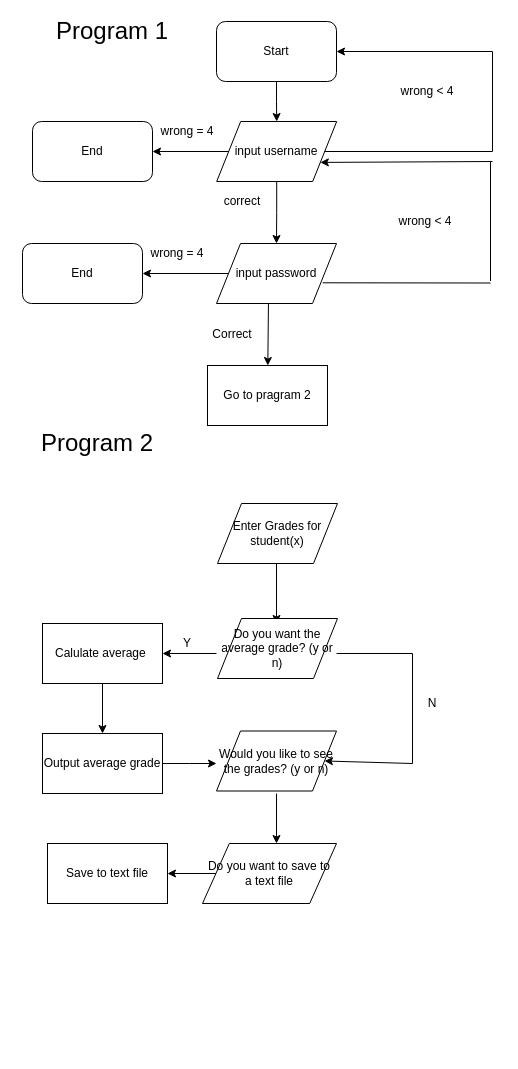
The draw.io diagram Untitled Diagram.drawio in nmcc1212/cs, before the edit. Source tidied: cells renumbered, new cells numbered last; positions are measured from the earlier drawing's top-left corner, leaving out a move shared by most shapes. Both pictures are drawn from the tidied source at 100%, with x=0, y=0 at pixel (17, 21).
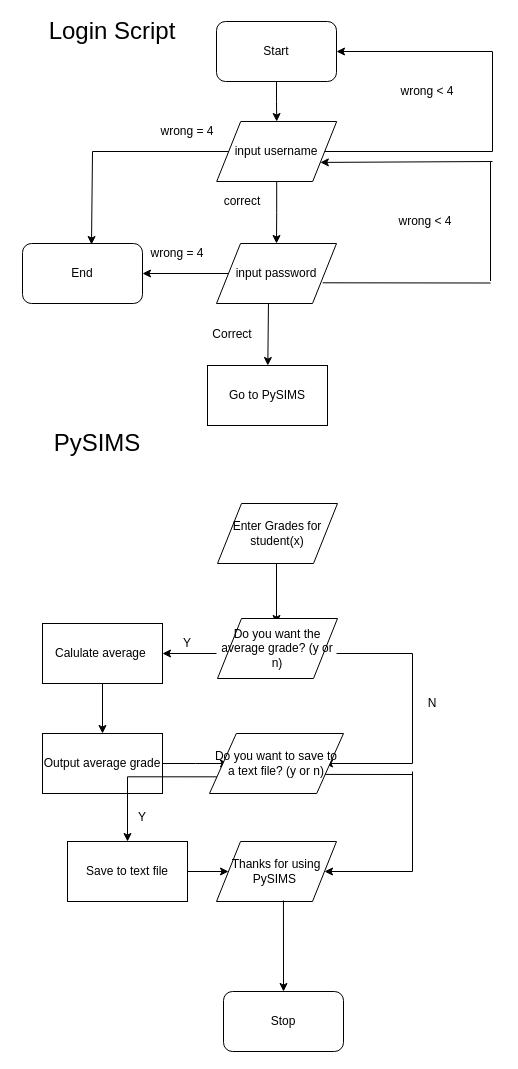
Above is the later version.

Unchanged cells that the change refers to:
```xml
<mxCell id="5" value="input username" style="shape=parallelogram;perimeter=parallelogramPerimeter;whiteSpace=wrap;html=1;" parent="1" vertex="1">
  <mxGeometry x="199.2" y="100" width="120" height="60" as="geometry" />
</mxCell>
<mxCell id="20" value="End" style="rounded=1;whiteSpace=wrap;html=1;" parent="1" vertex="1">
  <mxGeometry x="5" y="222" width="120" height="60" as="geometry" />
</mxCell>
<mxCell id="26" value="Output average grade&lt;br&gt;" style="rounded=0;whiteSpace=wrap;html=1;" parent="1" vertex="1">
  <mxGeometry x="25" y="712" width="120" height="60" as="geometry" />
</mxCell>
```

What changed in the source:
```diff
@@
-    <mxCell id="10" style="endArrow=classic;html=1;exitX=0;exitY=0.5;exitDx=0;exitDy=0;" parent="1" edge="1" source="5" target="11">
-      <mxGeometry relative="1" as="geometry" />
-    </mxCell>
-    <mxCell id="11" value="End" style="rounded=1;whiteSpace=wrap;html=1;" parent="1" vertex="1">
-      <mxGeometry x="15" y="100" width="120" height="60" as="geometry" />
-    </mxCell>
@@
-    <mxCell id="25" style="edgeStyle=orthogonalEdgeStyle;rounded=0;jettySize=auto;html=1;exitX=1;exitY=0.5;exitDx=0;exitDy=0;entryX=0;entryY=0.5;entryDx=0;entryDy=0;" parent="1" edge="1" source="26">
-      <mxGeometry relative="1" as="geometry">
-        <mxPoint x="199" y="742" as="targetPoint" />
-      </mxGeometry>
-    </mxCell>
+    <mxCell id="45" style="edgeStyle=orthogonalEdgeStyle;rounded=0;jettySize=auto;html=1;exitX=1;exitY=0.5;exitDx=0;exitDy=0;entryX=0;entryY=0.5;entryDx=0;entryDy=0;" parent="1" edge="1" source="26">
+      <mxGeometry relative="1" as="geometry">
+        <mxPoint x="211" y="742" as="targetPoint" />
+      </mxGeometry>
+    </mxCell>
@@
-    <mxCell id="27" style="edgeStyle=orthogonalEdgeStyle;rounded=0;orthogonalLoop=1;jettySize=auto;html=1;exitX=0.5;exitY=1;exitDx=0;exitDy=0;entryX=0.5;entryY=0;entryDx=0;entryDy=0;" parent="1" edge="1">
-      <mxGeometry relative="1" as="geometry">
-        <mxPoint x="259" y="772" as="sourcePoint" />
-        <mxPoint x="259" y="822" as="targetPoint" />
-      </mxGeometry>
-    </mxCell>
@@
-    <mxCell id="32" style="endArrow=classic;html=1;entryX=1;entryY=0.5;entryDx=0;entryDy=0;" parent="1" edge="1" target="37">
+    <mxCell id="32" style="endArrow=classic;html=1;entryX=1;entryY=0.5;entryDx=0;entryDy=0;" parent="1" edge="1">
       <mxGeometry relative="1" as="geometry">
         <mxPoint x="395" y="742" as="sourcePoint" />
+        <mxPoint x="307" y="742" as="targetPoint" />
       </mxGeometry>
     </mxCell>
@@
     <mxCell id="34" value="Save to text file" style="rounded=0;whiteSpace=wrap;html=1;" parent="1" vertex="1">
-      <mxGeometry x="30" y="822" width="120" height="60" as="geometry" />
+      <mxGeometry x="50" y="820" width="120" height="60" as="geometry" />
     </mxCell>
@@
-    <mxCell id="37" value="Would you like to see the grades? (y or n)" style="shape=parallelogram;perimeter=parallelogramPerimeter;whiteSpace=wrap;html=1;" parent="1" vertex="1">
-      <mxGeometry x="199" y="709.5" width="120" height="60" as="geometry" />
-    </mxCell>
-    <mxCell id="38" style="edgeStyle=orthogonalEdgeStyle;rounded=0;jettySize=auto;html=1;exitX=0;exitY=0.5;exitDx=0;exitDy=0;entryX=1;entryY=0.5;entryDx=0;entryDy=0;" parent="1" edge="1" source="39" target="34">
+    <mxCell id="38" style="edgeStyle=orthogonalEdgeStyle;rounded=0;jettySize=auto;html=1;exitX=0;exitY=0.75;exitDx=0;exitDy=0;entryX=0.5;entryY=0;entryDx=0;entryDy=0;" parent="1" edge="1" source="39" target="34">
       <mxGeometry relative="1" as="geometry" />
     </mxCell>
-    <mxCell id="39" value="Do you want to save to a text file" style="shape=parallelogram;perimeter=parallelogramPerimeter;whiteSpace=wrap;html=1;" parent="1" vertex="1">
-      <mxGeometry x="185" y="822" width="134" height="60" as="geometry" />
+    <mxCell id="39" value="Do you want to save to a text file? (y or n)" style="shape=parallelogram;perimeter=parallelogramPerimeter;whiteSpace=wrap;html=1;" parent="1" vertex="1">
+      <mxGeometry x="192" y="712" width="134" height="60" as="geometry" />
     </mxCell>
-    <mxCell id="40" value="&lt;font style=&quot;font-size: 24px&quot;&gt;Program 1&lt;/font&gt;" style="text;html=1;strokeColor=none;fillColor=none;align=center;verticalAlign=middle;whiteSpace=wrap;rounded=0;" parent="1" vertex="1">
+    <mxCell id="40" value="&lt;font style=&quot;font-size: 24px&quot;&gt;Login Script&lt;/font&gt;" style="text;html=1;strokeColor=none;fillColor=none;align=center;verticalAlign=middle;whiteSpace=wrap;rounded=0;" parent="1" vertex="1">
       <mxGeometry x="15" width="160" height="20" as="geometry" />
     </mxCell>
-    <mxCell id="41" value="&lt;font style=&quot;font-size: 24px&quot;&gt;Program 2&lt;/font&gt;" style="text;html=1;strokeColor=none;fillColor=none;align=center;verticalAlign=middle;whiteSpace=wrap;rounded=0;" parent="1" vertex="1">
+    <mxCell id="41" value="&lt;span style=&quot;font-size: 24px&quot;&gt;PySIMS&lt;/span&gt;" style="text;html=1;strokeColor=none;fillColor=none;align=center;verticalAlign=middle;whiteSpace=wrap;rounded=0;" parent="1" vertex="1">
       <mxGeometry y="412" width="160" height="20" as="geometry" />
     </mxCell>
@@
-    <mxCell id="43" value="Go to pragram 2" style="rounded=0;whiteSpace=wrap;html=1;" parent="1" vertex="1">
+    <mxCell id="43" value="Go to PySIMS" style="rounded=0;whiteSpace=wrap;html=1;" parent="1" vertex="1">
       <mxGeometry x="190" y="344" width="120" height="60" as="geometry" />
     </mxCell>
@@
+    <mxCell id="46" value="Y" style="text;html=1;strokeColor=none;fillColor=none;align=center;verticalAlign=middle;whiteSpace=wrap;rounded=0;" parent="1" vertex="1">
+      <mxGeometry x="105" y="786" width="40" height="20" as="geometry" />
+    </mxCell>
+    <mxCell id="47" style="endArrow=none;html=1;exitX=1;exitY=0.75;exitDx=0;exitDy=0;" parent="1" edge="1" source="39">
+      <mxGeometry relative="1" as="geometry">
+        <mxPoint x="395" y="753" as="targetPoint" />
+      </mxGeometry>
+    </mxCell>
+    <mxCell id="48" style="endArrow=none;html=1;" parent="1" edge="1">
+      <mxGeometry relative="1" as="geometry">
+        <mxPoint x="395" y="850" as="sourcePoint" />
+        <mxPoint x="395" y="750" as="targetPoint" />
+      </mxGeometry>
+    </mxCell>
+    <mxCell id="49" value="Thanks for using PySIMS&amp;nbsp;" style="shape=parallelogram;perimeter=parallelogramPerimeter;whiteSpace=wrap;html=1;" parent="1" vertex="1">
+      <mxGeometry x="199" y="820" width="120" height="60" as="geometry" />
+    </mxCell>
+    <mxCell id="50" style="endArrow=classic;html=1;exitX=0.558;exitY=0.983;exitDx=0;exitDy=0;exitPerimeter=0;" parent="1" edge="1" source="49">
+      <mxGeometry relative="1" as="geometry">
+        <mxPoint x="266" y="970" as="targetPoint" />
+      </mxGeometry>
+    </mxCell>
+    <mxCell id="51" style="endArrow=classic;html=1;exitX=1;exitY=0.5;exitDx=0;exitDy=0;entryX=0;entryY=0.5;entryDx=0;entryDy=0;" parent="1" edge="1" source="34" target="49">
+      <mxGeometry relative="1" as="geometry" />
+    </mxCell>
+    <mxCell id="52" style="endArrow=classic;html=1;entryX=1;entryY=0.5;entryDx=0;entryDy=0;" parent="1" edge="1" target="49">
+      <mxGeometry relative="1" as="geometry">
+        <mxPoint x="395" y="850" as="sourcePoint" />
+      </mxGeometry>
+    </mxCell>
+    <mxCell id="53" value="Stop" style="rounded=1;whiteSpace=wrap;html=1;" parent="1" vertex="1">
+      <mxGeometry x="206" y="970" width="120" height="60" as="geometry" />
+    </mxCell>
+    <mxCell id="54" style="endArrow=none;html=1;exitX=0;exitY=0.5;exitDx=0;exitDy=0;" parent="1" edge="1" source="5">
+      <mxGeometry relative="1" as="geometry">
+        <mxPoint x="75" y="130" as="targetPoint" />
+      </mxGeometry>
+    </mxCell>
+    <mxCell id="55" style="endArrow=classic;html=1;entryX=0.575;entryY=0.017;entryDx=0;entryDy=0;entryPerimeter=0;" parent="1" edge="1" target="20">
+      <mxGeometry relative="1" as="geometry">
+        <mxPoint x="75" y="130" as="sourcePoint" />
+      </mxGeometry>
+    </mxCell>
```
